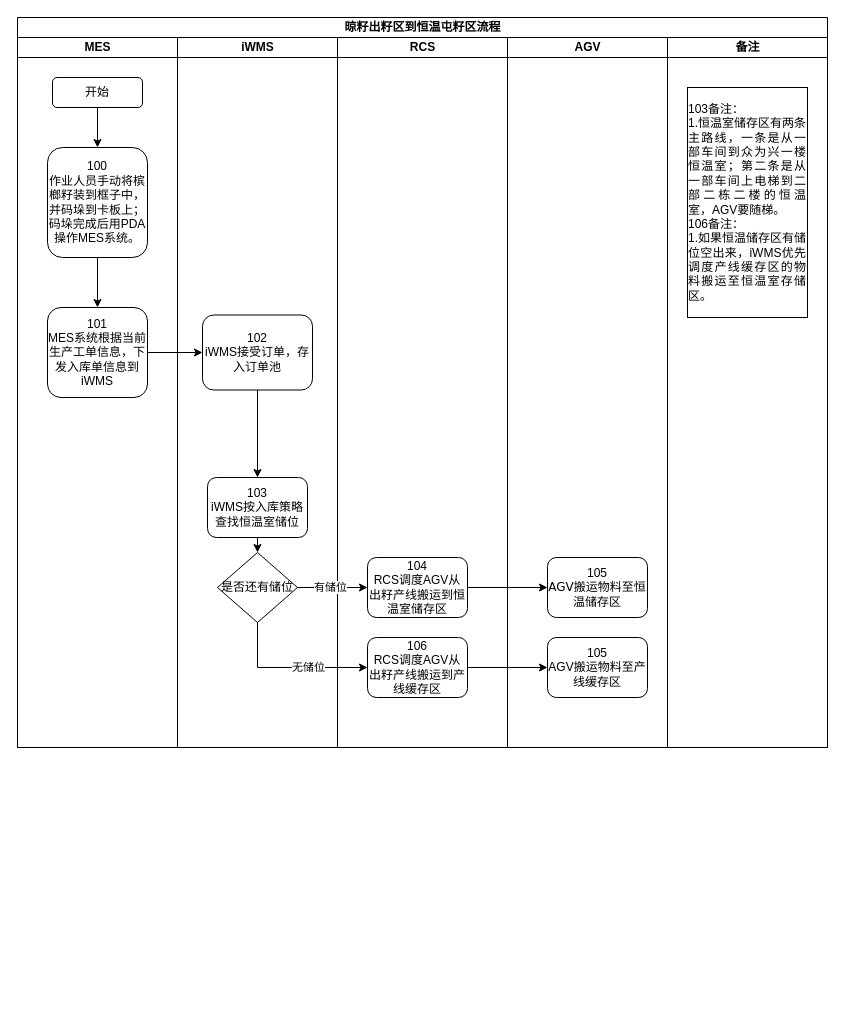
Above: data/晾籽出籽区到恒温屯籽区流程.drawio in chenyanxi/hosts (draw.io), before the change. Source tidied: cells renumbered, new cells numbered last; positions are measured from the earlier drawing's top-left corner, leaving out a move shared by most shapes. Both pictures are drawn from the tidied source at 100%, with x=0, y=0 at pixel (17, 17).
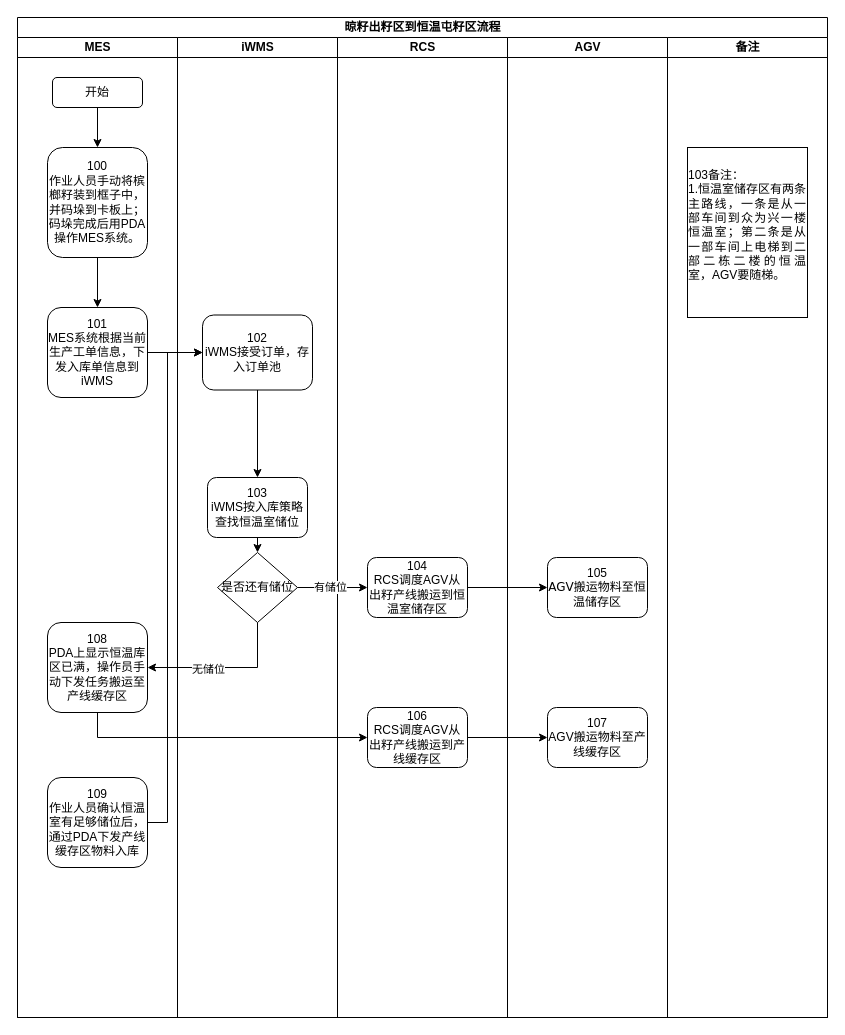
After the change.

Commit message:
更新晾籽出籽区到恒温屯籽区流程.drawio

Unchanged cells that the change refers to:
```xml
<mxCell id="10" value="&lt;font style=&quot;font-size: 12px;&quot; face=&quot;Helvetica&quot;&gt;102&lt;/font&gt;&lt;div&gt;&lt;font style=&quot;font-size: 12px;&quot; face=&quot;Helvetica&quot;&gt;iWMS接受订单，存入订单池&lt;/font&gt;&lt;/div&gt;" style="rounded=1;whiteSpace=wrap;html=1;shadow=0;labelBackgroundColor=none;strokeWidth=1;fontFamily=Verdana;fontSize=8;align=center;" parent="9" vertex="1">
  <mxGeometry x="25" y="277.5" width="110" height="75" as="geometry" />
</mxCell>
<mxCell id="11" value="&lt;font style=&quot;font-size: 12px;&quot; face=&quot;Helvetica&quot;&gt;是否还有储位&lt;/font&gt;" style="rhombus;whiteSpace=wrap;html=1;rounded=0;shadow=0;labelBackgroundColor=none;strokeWidth=1;fontFamily=Verdana;fontSize=8;align=center;" parent="9" vertex="1">
  <mxGeometry x="40" y="515" width="80" height="70" as="geometry" />
</mxCell>
```

Diff of the diagram source:
```diff
@@
     <mxCell id="2" value="&lt;font style=&quot;font-size: 12px;&quot;&gt;晾籽出籽区到恒温屯籽区流程&lt;/font&gt;" style="swimlane;html=1;startSize=20;rounded=0;shadow=0;labelBackgroundColor=none;strokeWidth=1;fontFamily=Verdana;fontSize=8;align=center;" parent="1" vertex="1">
-      <mxGeometry width="810" height="730" as="geometry" />
+      <mxGeometry width="810" height="1000" as="geometry" />
     </mxCell>
     <mxCell id="3" value="MES" style="swimlane;html=1;startSize=20;" parent="2" vertex="1">
-      <mxGeometry y="20" width="160" height="710" as="geometry" />
+      <mxGeometry y="20" width="160" height="980" as="geometry" />
     </mxCell>
@@
+    <mxCell id="30" value="&lt;div&gt;&lt;font face=&quot;Helvetica&quot; style=&quot;font-size: 12px;&quot;&gt;108&lt;/font&gt;&lt;/div&gt;&lt;font face=&quot;Helvetica&quot;&gt;&lt;span style=&quot;font-size: 12px;&quot;&gt;PDA上显示恒温库区已满，操作员手动下发任务搬运至产线缓存区&lt;/span&gt;&lt;/font&gt;" style="rounded=1;whiteSpace=wrap;html=1;shadow=0;labelBackgroundColor=none;strokeWidth=1;fontFamily=Verdana;fontSize=8;align=center;" parent="3" vertex="1">
+      <mxGeometry x="30" y="585" width="100" height="90" as="geometry" />
+    </mxCell>
+    <mxCell id="31" value="&lt;div&gt;&lt;font face=&quot;Helvetica&quot; style=&quot;font-size: 12px;&quot;&gt;109&lt;/font&gt;&lt;/div&gt;&lt;font face=&quot;Helvetica&quot;&gt;&lt;span style=&quot;font-size: 12px;&quot;&gt;作业人员确认恒温室有足够储位后，通过PDA下发产线缓存区物料入库&lt;/span&gt;&lt;/font&gt;" style="rounded=1;whiteSpace=wrap;html=1;shadow=0;labelBackgroundColor=none;strokeWidth=1;fontFamily=Verdana;fontSize=8;align=center;" parent="3" vertex="1">
+      <mxGeometry x="30" y="740" width="100" height="90" as="geometry" />
+    </mxCell>
     <mxCell id="9" value="iWMS" style="swimlane;html=1;startSize=20;" parent="2" vertex="1">
-      <mxGeometry x="160" y="20" width="160" height="710" as="geometry" />
+      <mxGeometry x="160" y="20" width="160" height="980" as="geometry" />
     </mxCell>
@@
+    <mxCell id="28" style="endArrow=classic;html=1;rounded=0;exitX=0.5;exitY=1;exitDx=0;exitDy=0;entryX=1;entryY=0.5;entryDx=0;entryDy=0;" parent="9" edge="1" target="30">
+      <mxGeometry relative="1" as="geometry">
+        <mxPoint x="80" y="585" as="sourcePoint" />
+        <Array as="points">
+          <mxPoint x="80" y="630" />
+        </Array>
+      </mxGeometry>
+    </mxCell>
+    <mxCell id="29" value="无储位" style="edgeLabel;html=1;align=center;verticalAlign=middle;" parent="28" vertex="1">
+      <mxGeometry x="0.22" y="1" relative="1" as="geometry" />
+    </mxCell>
     <mxCell id="12" value="RCS" style="swimlane;html=1;startSize=20;" parent="2" vertex="1">
-      <mxGeometry x="320" y="20" width="170" height="710" as="geometry" />
+      <mxGeometry x="320" y="20" width="170" height="980" as="geometry" />
     </mxCell>
@@
     <mxCell id="15" value="&lt;font style=&quot;font-size: 12px;&quot; face=&quot;Helvetica&quot;&gt;106&lt;/font&gt;&lt;div&gt;&lt;font style=&quot;font-size: 12px;&quot; face=&quot;Helvetica&quot;&gt;RCS调度AGV从出籽产线搬运到产线缓存区&lt;/font&gt;&lt;/div&gt;" style="rounded=1;whiteSpace=wrap;html=1;shadow=0;labelBackgroundColor=none;strokeWidth=1;fontFamily=Verdana;fontSize=8;align=center;" parent="12" vertex="1">
-      <mxGeometry x="30" y="600" width="100" height="60" as="geometry" />
+      <mxGeometry x="30" y="670" width="100" height="60" as="geometry" />
     </mxCell>
     <mxCell id="16" value="AGV" style="swimlane;html=1;startSize=20;" parent="2" vertex="1">
-      <mxGeometry x="490" y="20" width="160" height="710" as="geometry" />
+      <mxGeometry x="490" y="20" width="160" height="980" as="geometry" />
     </mxCell>
@@
-    <mxCell id="18" value="&lt;font style=&quot;font-size: 12px;&quot; face=&quot;Helvetica&quot;&gt;105&lt;/font&gt;&lt;div&gt;&lt;font style=&quot;font-size: 12px;&quot; face=&quot;Helvetica&quot;&gt;AGV搬运物料至产线缓存区&lt;/font&gt;&lt;/div&gt;" style="rounded=1;whiteSpace=wrap;html=1;shadow=0;labelBackgroundColor=none;strokeWidth=1;fontFamily=Verdana;fontSize=8;align=center;" parent="16" vertex="1">
-      <mxGeometry x="40" y="600" width="100" height="60" as="geometry" />
+    <mxCell id="18" value="&lt;font style=&quot;font-size: 12px;&quot; face=&quot;Helvetica&quot;&gt;107&lt;/font&gt;&lt;div&gt;&lt;font style=&quot;font-size: 12px;&quot; face=&quot;Helvetica&quot;&gt;AGV搬运物料至产线缓存区&lt;/font&gt;&lt;/div&gt;" style="rounded=1;whiteSpace=wrap;html=1;shadow=0;labelBackgroundColor=none;strokeWidth=1;fontFamily=Verdana;fontSize=8;align=center;" parent="16" vertex="1">
+      <mxGeometry x="40" y="670" width="100" height="60" as="geometry" />
     </mxCell>
     <mxCell id="19" value="备注" style="swimlane;html=1;startSize=20;" parent="2" vertex="1">
-      <mxGeometry x="650" y="20" width="160" height="710" as="geometry" />
+      <mxGeometry x="650" y="20" width="160" height="980" as="geometry" />
     </mxCell>
-    <mxCell id="20" value="&lt;div style=&quot;text-align: justify;&quot;&gt;103备注：&lt;/div&gt;&lt;div style=&quot;text-align: justify;&quot;&gt;1.恒温室储存区有两条主路线，一条是从一部车间到众为兴一楼恒温室；第二条是从一部车间上电梯到二部二栋二楼的恒温室，AGV要随梯。&lt;/div&gt;&lt;div style=&quot;text-align: justify;&quot;&gt;&lt;span style=&quot;background-color: initial;&quot;&gt;106备注：&lt;/span&gt;&lt;/div&gt;&lt;div style=&quot;text-align: justify;&quot;&gt;1.如果恒温储存区有储位空出来，iWMS优先调度产线缓存区的物料搬运至恒温室存储区。&lt;/div&gt;" style="rounded=0;whiteSpace=wrap;html=1;" parent="19" vertex="1">
-      <mxGeometry x="20" y="50" width="120" height="230" as="geometry" />
+    <mxCell id="20" value="&lt;div style=&quot;text-align: justify;&quot;&gt;103备注：&lt;/div&gt;&lt;div style=&quot;text-align: justify;&quot;&gt;1.恒温室储存区有两条主路线，一条是从一部车间到众为兴一楼恒温室；第二条是从一部车间上电梯到二部二栋二楼的恒温室，AGV要随梯。&lt;/div&gt;&lt;div style=&quot;text-align: justify;&quot;&gt;&lt;br&gt;&lt;/div&gt;" style="rounded=0;whiteSpace=wrap;html=1;" parent="19" vertex="1">
+      <mxGeometry x="20" y="110" width="120" height="170" as="geometry" />
     </mxCell>
@@
-    <mxCell id="28" style="endArrow=classic;html=1;rounded=0;exitX=0.5;exitY=1;exitDx=0;exitDy=0;entryX=0;entryY=0.5;entryDx=0;entryDy=0;" parent="2" edge="1" source="11" target="15">
-      <mxGeometry relative="1" as="geometry">
-        <Array as="points">
-          <mxPoint x="240" y="650" />
-        </Array>
-      </mxGeometry>
-    </mxCell>
-    <mxCell id="29" value="无储位" style="edgeLabel;html=1;align=center;verticalAlign=middle;" parent="28" vertex="1">
-      <mxGeometry x="0.22" y="1" relative="1" as="geometry" />
-    </mxCell>
+    <mxCell id="32" style="endArrow=classic;html=1;rounded=0;exitX=0.5;exitY=1;exitDx=0;exitDy=0;entryX=0;entryY=0.5;entryDx=0;entryDy=0;" parent="2" edge="1" source="30" target="15">
+      <mxGeometry relative="1" as="geometry">
+        <Array as="points">
+          <mxPoint x="80" y="720" />
+        </Array>
+      </mxGeometry>
+    </mxCell>
+    <mxCell id="33" style="endArrow=classic;html=1;rounded=0;exitX=1;exitY=0.5;exitDx=0;exitDy=0;entryX=0;entryY=0.5;entryDx=0;entryDy=0;" parent="2" edge="1" source="31" target="10">
+      <mxGeometry relative="1" as="geometry">
+        <Array as="points">
+          <mxPoint x="150" y="805" />
+          <mxPoint x="150" y="335" />
+        </Array>
+      </mxGeometry>
+    </mxCell>
```
